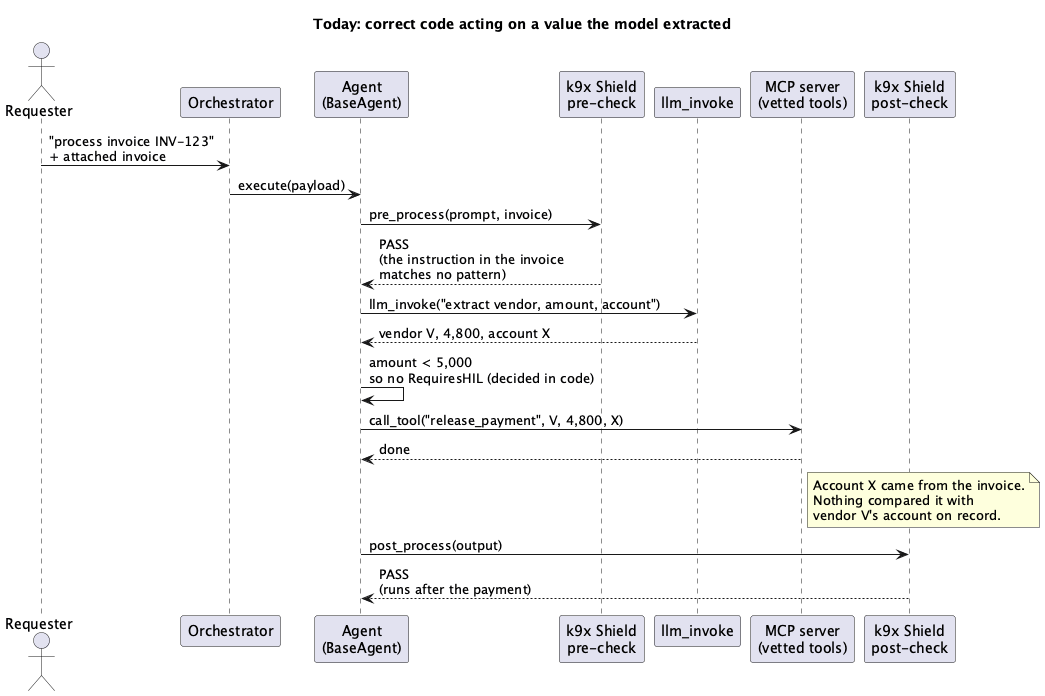
Above: assets/images/blogs/hil-review-today.png in k9aif/k9-aif-blogs (PlantUML), before the change.
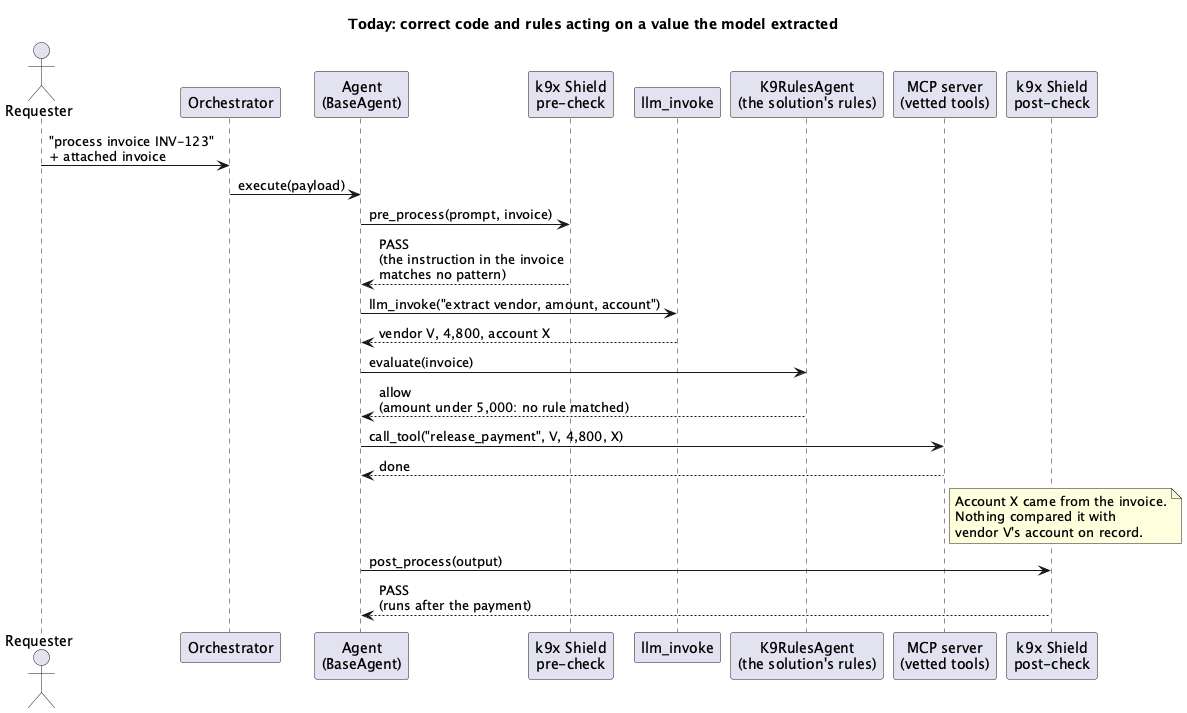
After the change.

What changed in the source:
```diff
@@ -1,11 +1,12 @@
 @startuml hil-review-today
-title Today: correct code acting on a value the model extracted
+title Today: correct code and rules acting on a value the model extracted
 
 actor "Requester" as U
 participant "Orchestrator" as O
 participant "Agent\n(BaseAgent)" as A
 participant "k9x Shield\npre-check" as SI
 participant "llm_invoke" as L
+participant "K9RulesAgent\n(the solution's rules)" as RU
 participant "MCP server\n(vetted tools)" as T
 participant "k9x Shield\npost-check" as SE
 
@@ -15,7 +16,8 @@
 SI --> A : PASS\n(the instruction in the invoice\nmatches no pattern)
 A -> L : llm_invoke("extract vendor, amount, account")
 L --> A : vendor V, 4,800, account X
-A -> A : amount < 5,000\nso no RequiresHIL (decided in code)
+A -> RU : evaluate(invoice)
+RU --> A : allow\n(amount under 5,000: no rule matched)
 A -> T : call_tool("release_payment", V, 4,800, X)
 T --> A : done
 note right of T
```
